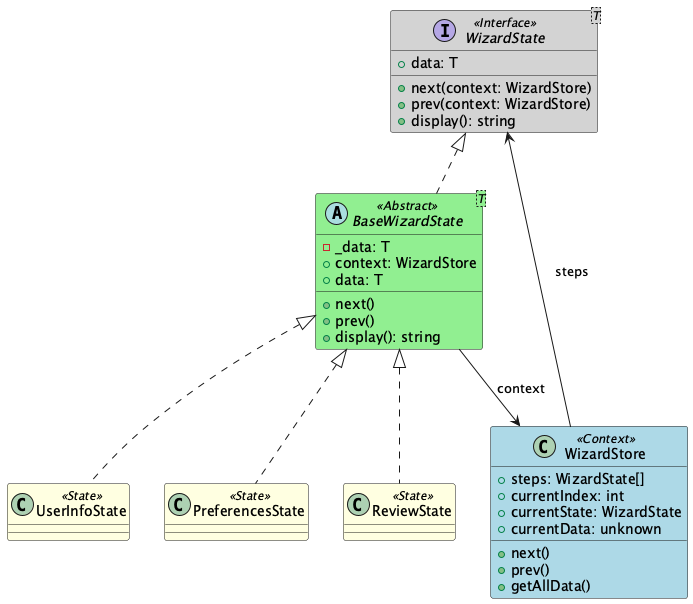
Above: plantuml/WizardPattern.png in Crystonix/state_pattern_demo (PlantUML), before the change. Its diagram source:
```plantuml
@startuml WizardPattern

skinparam class {
  BackgroundColor<<Context>> LightBlue
  BackgroundColor<<Abstract>> LightGreen
  BackgroundColor<<State>> LightYellow
  BackgroundColor<<Interface>> LightGray
}

interface WizardState<T> <<Interface>> {
  +data: T
  +next(context: WizardStore)
  +prev(context: WizardStore)
  +display(): string
}

abstract class BaseWizardState<T> <<Abstract>> {
  -_data: T
  +context: WizardStore
  +data: T
  +next()
  +prev()
  +display(): string
}

class UserInfoState <<State>>
class PreferencesState <<State>>
class ReviewState <<State>>

class WizardStore <<Context>> {
  +steps: WizardState[]
  +currentIndex: int
  +currentState: WizardState
  +currentData: unknown
  +next()
  +prev()
  +getAllData()
}

WizardState <|.. BaseWizardState
BaseWizardState <|.. UserInfoState
BaseWizardState <|.. PreferencesState
BaseWizardState <|.. ReviewState

BaseWizardState --> WizardStore : context
WizardStore --> WizardState : steps

@enduml
```
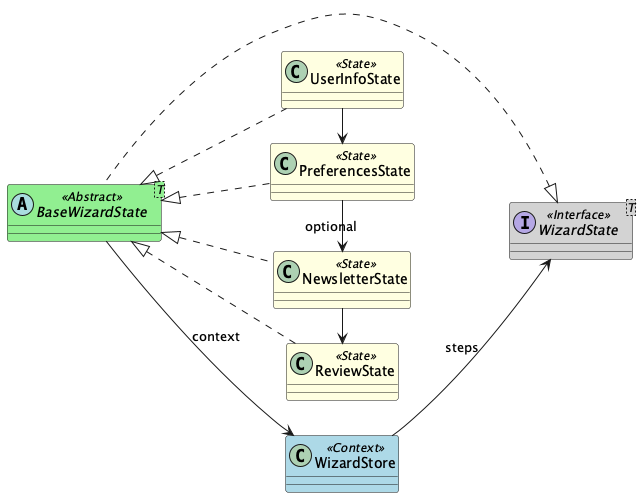
Later version of the same file.

Commit message:
Add optional newsletter step to wizard flow

What changed in the source:
```diff
@@ -1,4 +1,5 @@
 @startuml WizardPattern
+left to right direction
 
 skinparam class {
   BackgroundColor<<Context>> LightBlue
@@ -7,42 +8,27 @@
   BackgroundColor<<Interface>> LightGray
 }
 
-interface WizardState<T> <<Interface>> {
-  +data: T
-  +next(context: WizardStore)
-  +prev(context: WizardStore)
-  +display(): string
-}
-
-abstract class BaseWizardState<T> <<Abstract>> {
-  -_data: T
-  +context: WizardStore
-  +data: T
-  +next()
-  +prev()
-  +display(): string
-}
+interface WizardState<T> <<Interface>>
+abstract class BaseWizardState<T> <<Abstract>>
 
 class UserInfoState <<State>>
 class PreferencesState <<State>>
+class NewsletterState <<State>>
 class ReviewState <<State>>
 
-class WizardStore <<Context>> {
-  +steps: WizardState[]
-  +currentIndex: int
-  +currentState: WizardState
-  +currentData: unknown
-  +next()
-  +prev()
-  +getAllData()
-}
+class WizardStore <<Context>>
 
 WizardState <|.. BaseWizardState
 BaseWizardState <|.. UserInfoState
 BaseWizardState <|.. PreferencesState
+BaseWizardState <|.. NewsletterState
 BaseWizardState <|.. ReviewState
 
 BaseWizardState --> WizardStore : context
 WizardStore --> WizardState : steps
 
+UserInfoState -right->PreferencesState
+PreferencesState -right-> NewsletterState : optional
+NewsletterState -right-> ReviewState
+
 @enduml
```
